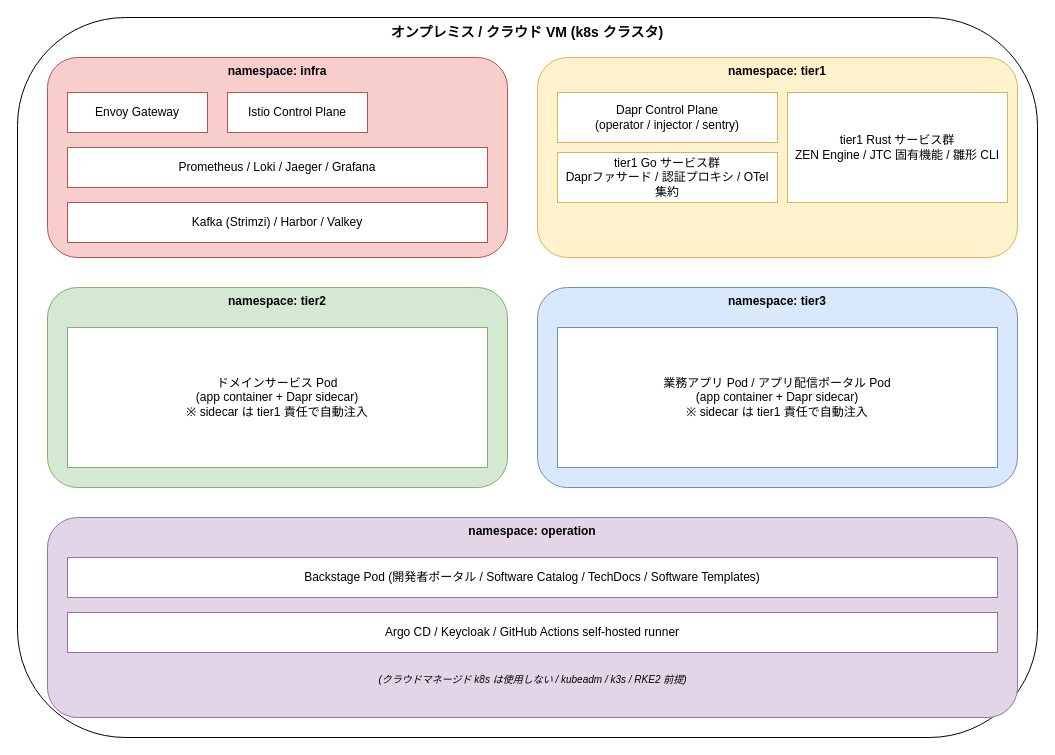
Before: docs/01_企画/02_アーキテクチャ/img/配置形態.drawio in RyuheiKiso/k1s0, a draw.io diagram. Source tidied: cells renumbered, new cells numbered last; positions are measured from the earlier drawing's top-left corner, leaving out a move shared by most shapes. Both pictures are drawn from the tidied source at 100%, with x=0, y=0 at pixel (17, 17).
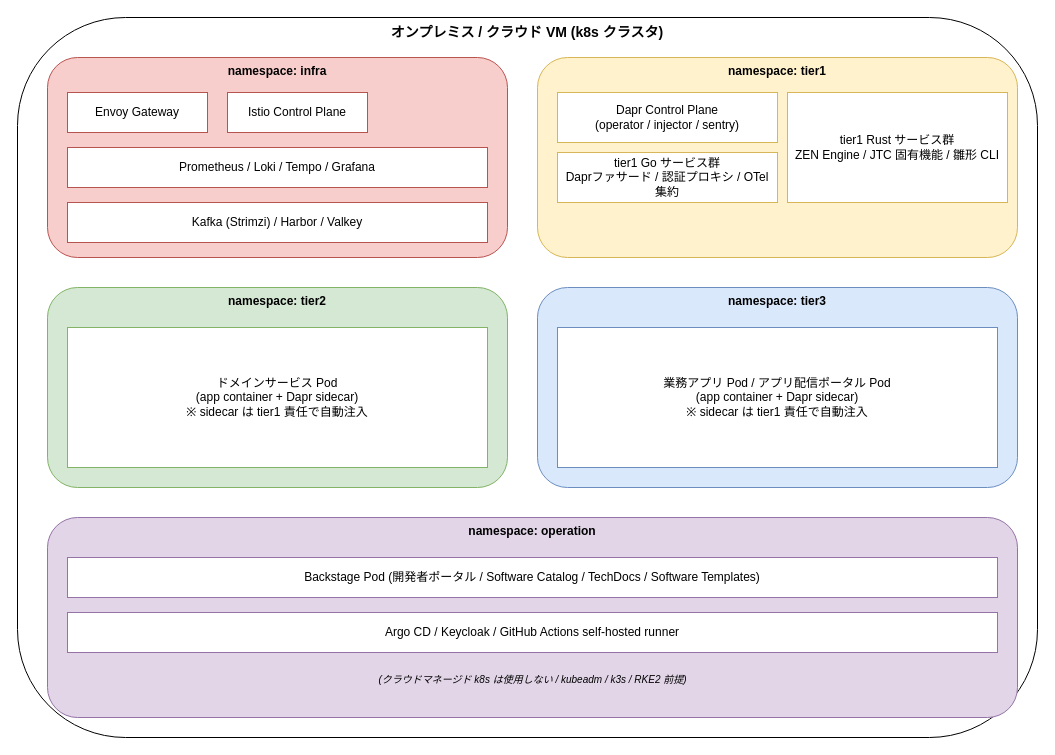
Above is the later version.

Diff of the diagram source:
```diff
@@
 <mxGraphModel>
   <root>
     <mxCell id="0" />
     <mxCell id="1" parent="0" />
     <mxCell id="2" value="オンプレミス / クラウド VM (k8s クラスタ)" style="rounded=1;whiteSpace=wrap;html=1;fillColor=none;strokeColor=#000000;verticalAlign=top;fontSize=14;fontStyle=1;" parent="1" vertex="1">
       <mxGeometry width="1020" height="720" as="geometry" />
     </mxCell>
     <mxCell id="3" value="namespace: infra" style="rounded=1;whiteSpace=wrap;html=1;fillColor=#f8cecc;strokeColor=#b85450;verticalAlign=top;fontSize=12;fontStyle=1;" parent="1" vertex="1">
       <mxGeometry x="30" y="40" width="460" height="200" as="geometry" />
     </mxCell>
     <mxCell id="4" value="Envoy Gateway" style="rounded=0;whiteSpace=wrap;html=1;fillColor=#ffffff;strokeColor=#b85450;" parent="1" vertex="1">
       <mxGeometry x="50" y="75" width="140" height="40" as="geometry" />
     </mxCell>
     <mxCell id="5" value="Istio Control Plane" style="rounded=0;whiteSpace=wrap;html=1;fillColor=#ffffff;strokeColor=#b85450;" parent="1" vertex="1">
       <mxGeometry x="210" y="75" width="140" height="40" as="geometry" />
     </mxCell>
-    <mxCell id="6" value="Prometheus / Loki / Jaeger / Grafana" style="rounded=0;whiteSpace=wrap;html=1;fillColor=#ffffff;strokeColor=#b85450;" parent="1" vertex="1">
+    <mxCell id="6" value="Prometheus / Loki / Tempo / Grafana" style="rounded=0;whiteSpace=wrap;html=1;fillColor=#ffffff;strokeColor=#b85450;" parent="1" vertex="1">
       <mxGeometry x="50" y="130" width="420" height="40" as="geometry" />
     </mxCell>
     <mxCell id="7" value="Kafka (Strimzi) / Harbor / Valkey" style="rounded=0;whiteSpace=wrap;html=1;fillColor=#ffffff;strokeColor=#b85450;" parent="1" vertex="1">
       <mxGeometry x="50" y="185" width="420" height="40" as="geometry" />
     </mxCell>
     <mxCell id="8" value="namespace: tier1" style="rounded=1;whiteSpace=wrap;html=1;fillColor=#fff2cc;strokeColor=#d6b656;verticalAlign=top;fontSize=12;fontStyle=1;" parent="1" vertex="1">
       <mxGeometry x="520" y="40" width="480" height="200" as="geometry" />
     </mxCell>
     <mxCell id="9" value="Dapr Control Plane&#10;(operator / injector / sentry)" style="rounded=0;whiteSpace=wrap;html=1;fillColor=#ffffff;strokeColor=#d6b656;" parent="1" vertex="1">
       <mxGeometry x="540" y="75" width="220" height="50" as="geometry" />
     </mxCell>
     <mxCell id="10" value="tier1 Go サービス群&#10;Daprファサード / 認証プロキシ / OTel 集約" style="rounded=0;whiteSpace=wrap;html=1;fillColor=#ffffff;strokeColor=#d6b656;" parent="1" vertex="1">
       <mxGeometry x="540" y="135" width="220" height="50" as="geometry" />
     </mxCell>
     <mxCell id="11" value="tier1 Rust サービス群&#10;ZEN Engine / JTC 固有機能 / 雛形 CLI" style="rounded=0;whiteSpace=wrap;html=1;fillColor=#ffffff;strokeColor=#d6b656;" parent="1" vertex="1">
       <mxGeometry x="770" y="75" width="220" height="110" as="geometry" />
     </mxCell>
     <mxCell id="12" value="namespace: tier2" style="rounded=1;whiteSpace=wrap;html=1;fillColor=#d5e8d4;strokeColor=#82b366;verticalAlign=top;fontSize=12;fontStyle=1;" parent="1" vertex="1">
       <mxGeometry x="30" y="270" width="460" height="200" as="geometry" />
     </mxCell>
     <mxCell id="13" value="ドメインサービス Pod&#10;(app container + Dapr sidecar)&#10;※ sidecar は tier1 責任で自動注入" style="rounded=0;whiteSpace=wrap;html=1;fillColor=#ffffff;strokeColor=#82b366;" parent="1" vertex="1">
       <mxGeometry x="50" y="310" width="420" height="140" as="geometry" />
     </mxCell>
     <mxCell id="14" value="namespace: tier3" style="rounded=1;whiteSpace=wrap;html=1;fillColor=#dae8fc;strokeColor=#6c8ebf;verticalAlign=top;fontSize=12;fontStyle=1;" parent="1" vertex="1">
       <mxGeometry x="520" y="270" width="480" height="200" as="geometry" />
     </mxCell>
     <mxCell id="15" value="業務アプリ Pod / アプリ配信ポータル Pod&#10;(app container + Dapr sidecar)&#10;※ sidecar は tier1 責任で自動注入" style="rounded=0;whiteSpace=wrap;html=1;fillColor=#ffffff;strokeColor=#6c8ebf;" parent="1" vertex="1">
       <mxGeometry x="540" y="310" width="440" height="140" as="geometry" />
     </mxCell>
     <mxCell id="16" value="namespace: operation" style="rounded=1;whiteSpace=wrap;html=1;fillColor=#e1d5e7;strokeColor=#9673a6;verticalAlign=top;fontSize=12;fontStyle=1;" parent="1" vertex="1">
       <mxGeometry x="30" y="500" width="970" height="200" as="geometry" />
     </mxCell>
     <mxCell id="17" value="Backstage Pod (開発者ポータル / Software Catalog / TechDocs / Software Templates)" style="rounded=0;whiteSpace=wrap;html=1;fillColor=#ffffff;strokeColor=#9673a6;" parent="1" vertex="1">
       <mxGeometry x="50" y="540" width="930" height="40" as="geometry" />
     </mxCell>
     <mxCell id="18" value="Argo CD / Keycloak / GitHub Actions self-hosted runner" style="rounded=0;whiteSpace=wrap;html=1;fillColor=#ffffff;strokeColor=#9673a6;" parent="1" vertex="1">
       <mxGeometry x="50" y="595" width="930" height="40" as="geometry" />
     </mxCell>
     <mxCell id="19" value="(クラウドマネージド k8s は使用しない / kubeadm / k3s / RKE2 前提)" style="text;html=1;align=center;fontSize=10;fontStyle=2;" parent="1" vertex="1">
       <mxGeometry x="50" y="650" width="930" height="30" as="geometry" />
     </mxCell>
   </root>
 </mxGraphModel>
```
